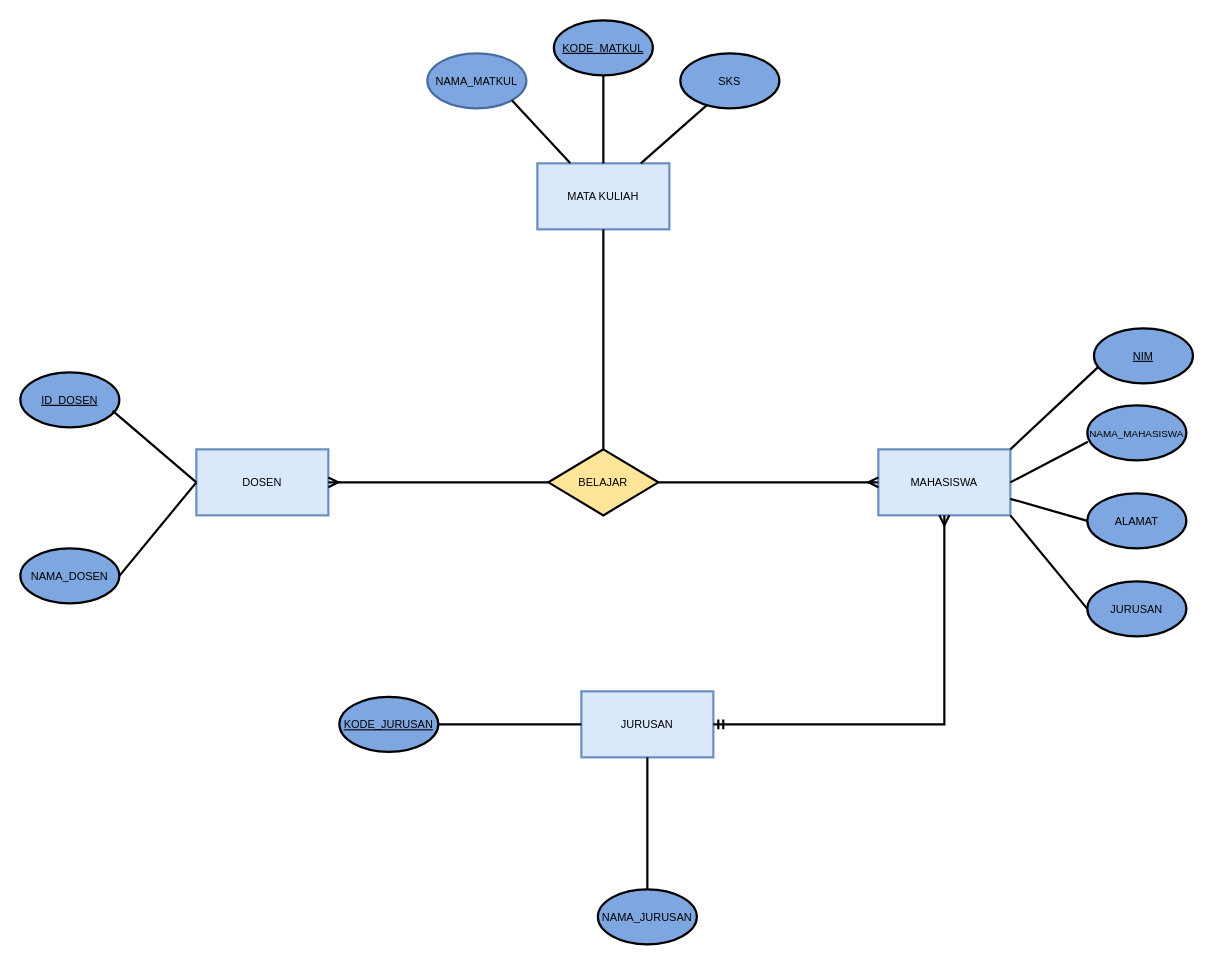
The draw.io diagram c14/Untitled Diagram.drawio in MuhamadFathir/rubicamp, before the edit. Source tidied: cells renumbered, new cells numbered last; positions are measured from the earlier drawing's top-left corner, leaving out a move shared by most shapes. Both pictures are drawn from the tidied source at 110%, with x=0, y=0 at pixel (20, 20).
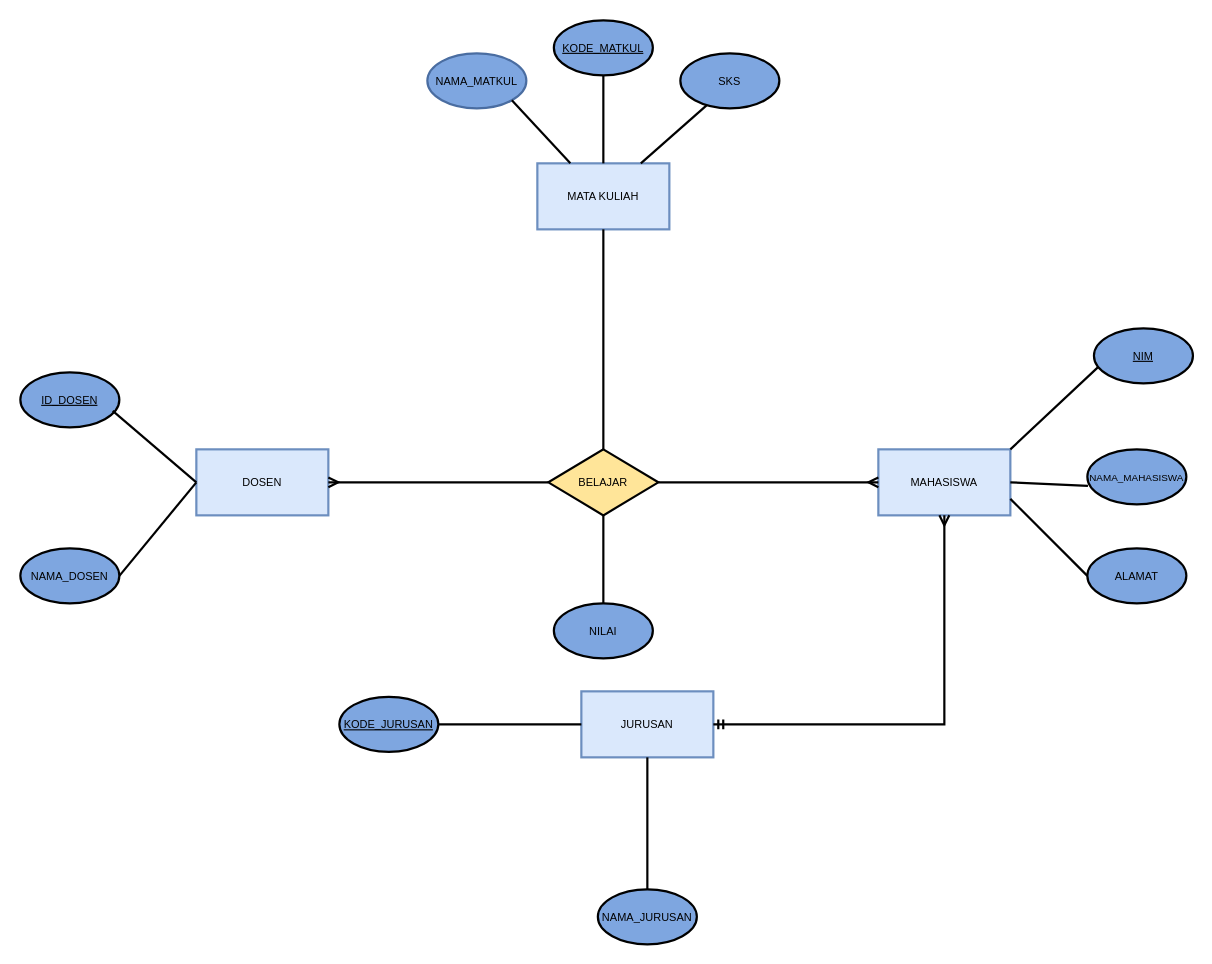
The same diagram, later.

Unchanged cells that the change refers to:
```xml
<mxCell id="5" value="MAHASISWA" style="rounded=0;whiteSpace=wrap;html=1;fillColor=#dae8fc;strokeColor=#6c8ebf;strokeWidth=2;fontSize=10;" parent="1" vertex="1">
  <mxGeometry x="780" y="390" width="120" height="60" as="geometry" />
</mxCell>
<mxCell id="29" value="BELAJAR" style="rhombus;whiteSpace=wrap;html=1;strokeWidth=2;fontSize=10;fillColor=#FFE599;" parent="1" vertex="1">
  <mxGeometry x="480" y="390" width="100" height="60" as="geometry" />
</mxCell>
```

Change to the diagram source:
```diff
@@
     <mxCell id="7" value="&lt;font style=&quot;font-size: 9px;&quot;&gt;NAMA_MAHASISWA&lt;/font&gt;" style="ellipse;whiteSpace=wrap;html=1;strokeWidth=2;fontSize=10;fillColor=#7EA6E0;" parent="1" vertex="1">
-      <mxGeometry x="970" y="350" width="90" height="50" as="geometry" />
+      <mxGeometry x="970" y="390" width="90" height="50" as="geometry" />
     </mxCell>
     <mxCell id="8" value="ALAMAT" style="ellipse;whiteSpace=wrap;html=1;strokeWidth=2;fontSize=10;fillColor=#7EA6E0;" parent="1" vertex="1">
-      <mxGeometry x="970" y="430" width="90" height="50" as="geometry" />
+      <mxGeometry x="970" y="480" width="90" height="50" as="geometry" />
     </mxCell>
-    <mxCell id="9" value="JURUSAN" style="ellipse;whiteSpace=wrap;html=1;strokeWidth=2;fontSize=10;fillColor=#7EA6E0;" parent="1" vertex="1">
-      <mxGeometry x="970" y="510" width="90" height="50" as="geometry" />
+    <mxCell id="9" value="NILAI" style="ellipse;whiteSpace=wrap;html=1;strokeWidth=2;fontSize=10;fillColor=#7EA6E0;" parent="1" vertex="1">
+      <mxGeometry x="485" y="530" width="90" height="50" as="geometry" />
     </mxCell>
@@
-    <mxCell id="13" style="endArrow=none;html=1;rounded=0;entryX=0;entryY=0.5;entryDx=0;entryDy=0;exitX=1;exitY=1;exitDx=0;exitDy=0;strokeWidth=2;fontSize=10;" parent="1" edge="1" source="5" target="9">
+    <mxCell id="13" style="endArrow=none;html=1;rounded=0;entryX=0.5;entryY=0;entryDx=0;entryDy=0;exitX=0.5;exitY=1;exitDx=0;exitDy=0;strokeWidth=2;fontSize=10;" parent="1" edge="1" source="29" target="9">
       <mxGeometry relative="1" as="geometry" />
     </mxCell>
```
